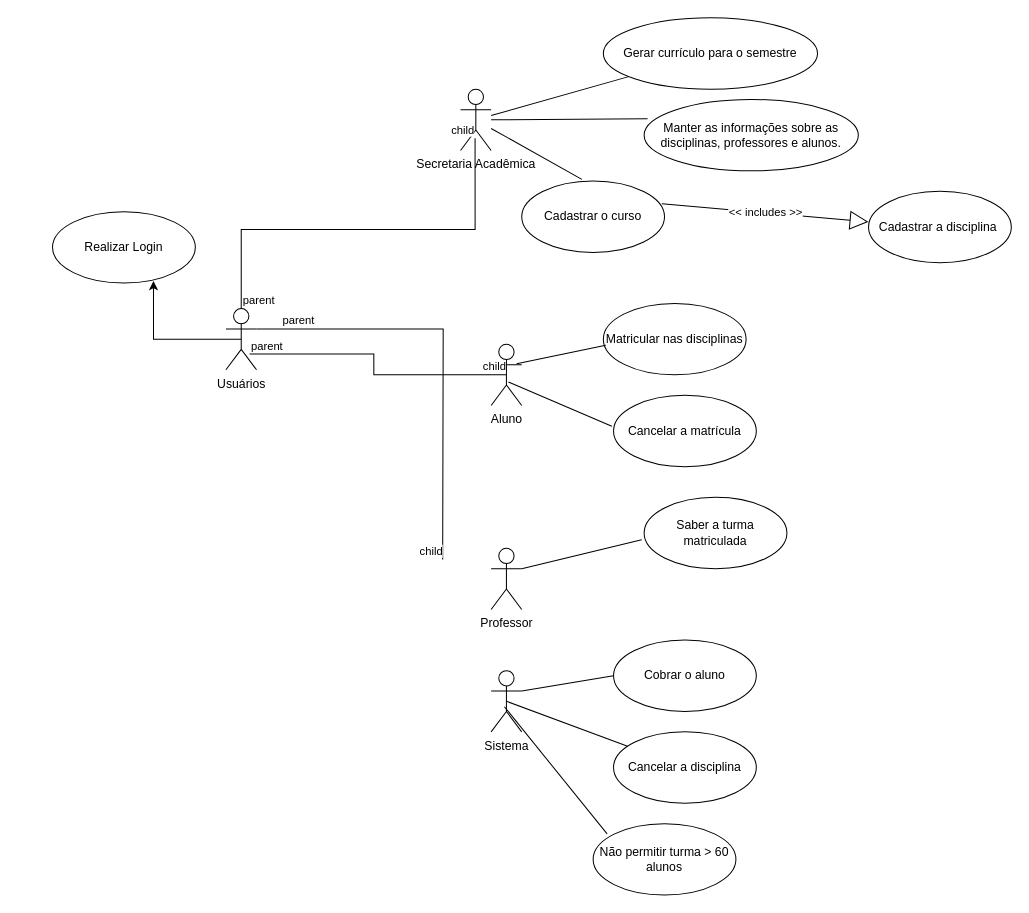
Before: page "Página-1" (1 of 7) of Projeto/DCU.drawio in FelipeVieir4/LDS-LAB01, a draw.io diagram. Source tidied: cells renumbered, new cells numbered last; positions are measured from the earlier drawing's top-left corner, leaving out a move shared by most shapes. Both pictures are drawn from the tidied source at 102%, with x=0, y=0 at pixel (52, 17).
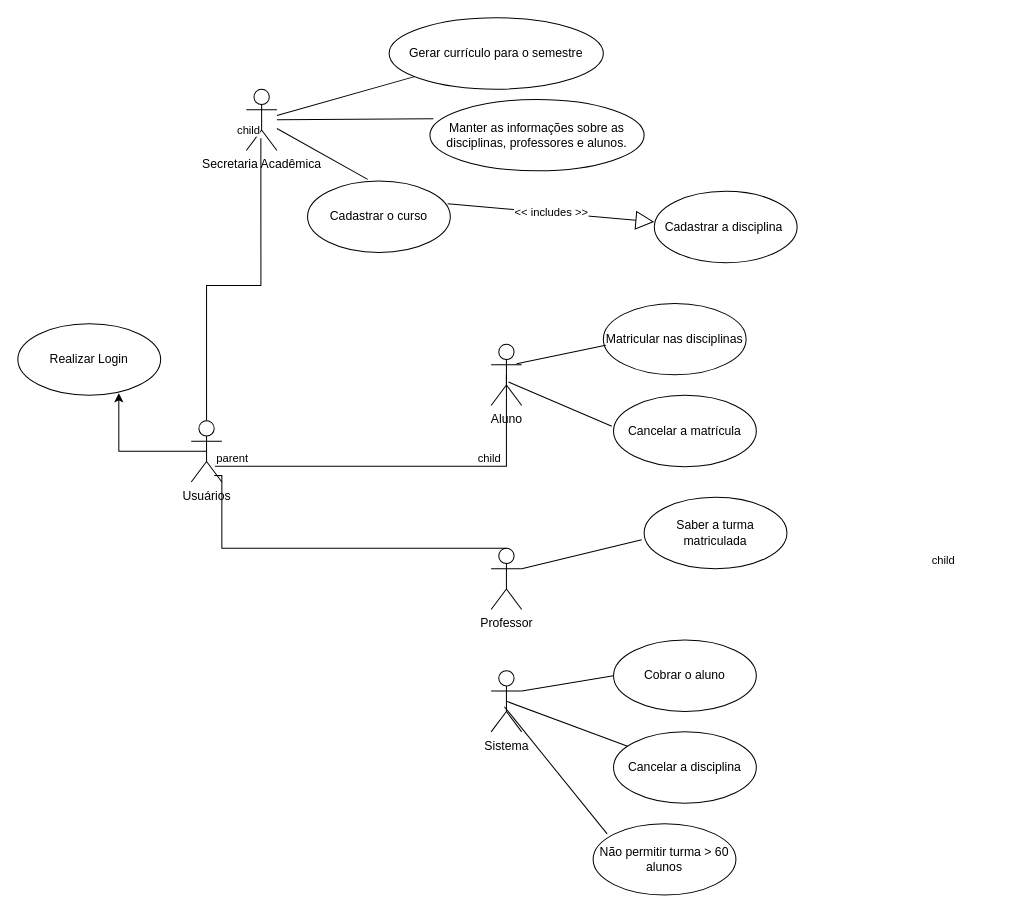
Above is the later version.

The change refers to these unchanged cells:
```xml
<mxCell id="16" value="Professor" style="shape=umlActor;verticalLabelPosition=bottom;verticalAlign=top;html=1;outlineConnect=0;" parent="1" vertex="1">
  <mxGeometry x="430" y="520" width="30" height="60" as="geometry" />
</mxCell>
<mxCell id="26" style="endArrow=none;html=1;edgeStyle=orthogonalEdgeStyle;rounded=0;exitX=0.774;exitY=0.743;exitDx=0;exitDy=0;exitPerimeter=0;entryX=0.5;entryY=0.5;entryDx=0;entryDy=0;entryPerimeter=0;" parent="1" edge="1" source="30" target="8">
  <mxGeometry relative="1" as="geometry" />
</mxCell>
<mxCell id="31" style="endArrow=none;html=1;edgeStyle=orthogonalEdgeStyle;rounded=0;exitX=0.5;exitY=0;exitDx=0;exitDy=0;exitPerimeter=0;entryX=0.475;entryY=0.8;entryDx=0;entryDy=0;entryPerimeter=0;" parent="1" edge="1" source="30" target="2">
  <mxGeometry relative="1" as="geometry" />
</mxCell>
```

The edit, as a diff of the source:
```diff
@@
     <mxCell id="2" value="Secretaria Acadêmica" style="shape=umlActor;verticalLabelPosition=bottom;verticalAlign=top;html=1;" parent="1" vertex="1">
-      <mxGeometry x="400" y="70" width="30" height="60" as="geometry" />
+      <mxGeometry x="190" y="70" width="30" height="60" as="geometry" />
     </mxCell>
     <mxCell id="3" value="Gerar currículo para o semestre" style="ellipse;whiteSpace=wrap;html=1;" parent="1" vertex="1">
-      <mxGeometry x="540" width="210" height="70" as="geometry" />
+      <mxGeometry x="330" width="210" height="70" as="geometry" />
     </mxCell>
     <mxCell id="4" value="Manter as informações sobre as disciplinas, professores e alunos." style="ellipse;whiteSpace=wrap;html=1;" parent="1" vertex="1">
-      <mxGeometry x="580" y="80" width="210" height="70" as="geometry" />
+      <mxGeometry x="370" y="80" width="210" height="70" as="geometry" />
     </mxCell>
     <mxCell id="5" value="Cadastrar a disciplina&amp;nbsp;" style="ellipse;whiteSpace=wrap;html=1;" parent="1" vertex="1">
-      <mxGeometry x="800" y="170" width="140" height="70" as="geometry" />
+      <mxGeometry x="590" y="170" width="140" height="70" as="geometry" />
     </mxCell>
     <mxCell id="6" value="Cadastrar o curso" style="ellipse;whiteSpace=wrap;html=1;" parent="1" vertex="1">
-      <mxGeometry x="460" y="160" width="140" height="70" as="geometry" />
+      <mxGeometry x="250" y="160" width="140" height="70" as="geometry" />
     </mxCell>
@@
     <mxCell id="28" value="child" style="edgeLabel;html=1;align=right;verticalAlign=bottom;" parent="26" vertex="1">
-      <mxGeometry x="1" relative="1" as="geometry" />
+      <mxGeometry x="1" relative="1" as="geometry">
+        <mxPoint x="-5" y="90" as="offset" />
+      </mxGeometry>
     </mxCell>
@@
     <mxCell id="30" value="Usuários" style="shape=umlActor;verticalLabelPosition=bottom;verticalAlign=top;html=1;" parent="1" vertex="1">
-      <mxGeometry x="170" y="285" width="30" height="60" as="geometry" />
+      <mxGeometry x="136" y="395" width="30" height="60" as="geometry" />
     </mxCell>
@@
-    <mxCell id="32" value="parent" style="edgeLabel;html=1;align=left;verticalAlign=bottom;" parent="31" vertex="1">
-      <mxGeometry x="-1" relative="1" as="geometry" />
-    </mxCell>
@@
-    <mxCell id="34" style="endArrow=none;html=1;edgeStyle=orthogonalEdgeStyle;rounded=0;exitX=1;exitY=0.3333333333333333;exitDx=0;exitDy=0;exitPerimeter=0;entryX=0.25;entryY=0.1;entryDx=0;entryDy=0;entryPerimeter=0;" parent="1" edge="1" source="30">
+    <mxCell id="34" style="endArrow=none;html=1;edgeStyle=orthogonalEdgeStyle;rounded=0;entryX=0.5;entryY=0;entryDx=0;entryDy=0;entryPerimeter=0;exitX=0.755;exitY=0.896;exitDx=0;exitDy=0;exitPerimeter=0;" parent="1" edge="1" source="30" target="16">
       <mxGeometry relative="1" as="geometry">
-        <mxPoint x="382.5" y="531" as="targetPoint" />
+        <Array as="points">
+          <mxPoint x="166" y="449" />
+          <mxPoint x="166" y="520" />
+        </Array>
       </mxGeometry>
     </mxCell>
-    <mxCell id="35" value="parent" style="edgeLabel;html=1;align=left;verticalAlign=bottom;" parent="34" vertex="1">
-      <mxGeometry x="-1" relative="1" as="geometry">
-        <mxPoint x="24" as="offset" />
-      </mxGeometry>
-    </mxCell>
     <mxCell id="36" value="child" style="edgeLabel;html=1;align=right;verticalAlign=bottom;" parent="34" vertex="1">
-      <mxGeometry x="1" relative="1" as="geometry" />
+      <mxGeometry x="1" relative="1" as="geometry">
+        <mxPoint x="440" y="20" as="offset" />
+      </mxGeometry>
     </mxCell>
     <mxCell id="37" value="Realizar Login" style="ellipse;whiteSpace=wrap;html=1;" parent="1" vertex="1">
-      <mxGeometry y="190" width="140" height="70" as="geometry" />
+      <mxGeometry x="-34" y="300" width="140" height="70" as="geometry" />
     </mxCell>
```
